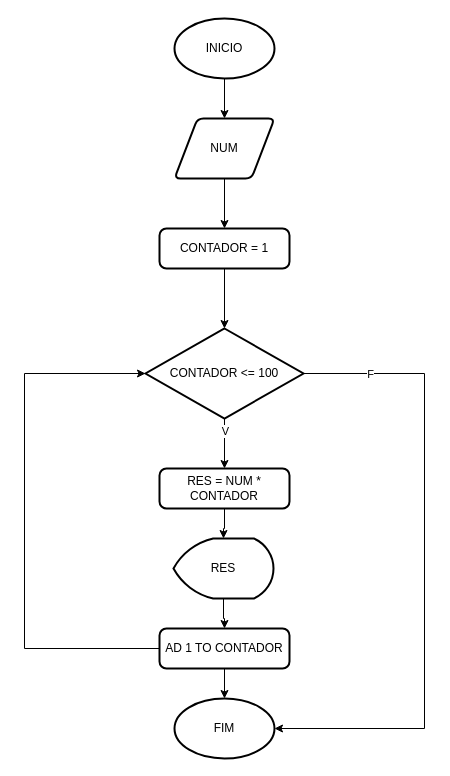
The draw.io diagram page "1-100" (1 of 3) of Fluxo_Semana3_01 1-100.drawio in thailopesds/fluxogramas, before the edit. Source tidied: cells renumbered, new cells numbered last; positions are measured from the earlier drawing's top-left corner, leaving out a move shared by most shapes. Both pictures are drawn from the tidied source at 100%, with x=0, y=0 at pixel (24, 18).
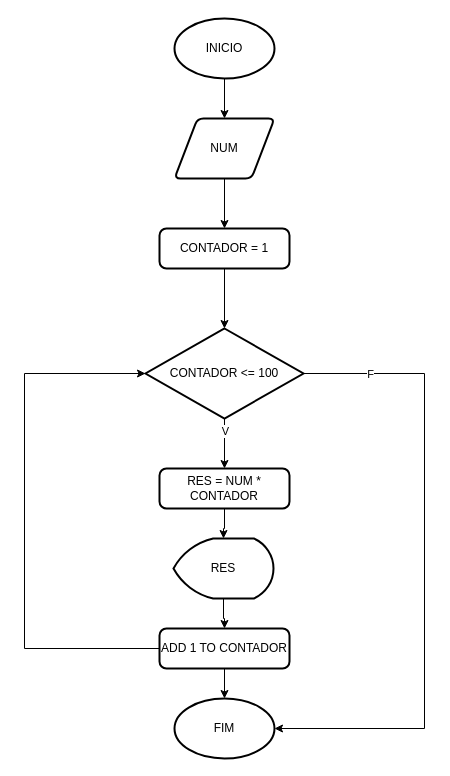
Above is the later version.

The edit, as a diff of the source:
```diff
@@
-    <mxCell id="19" value="AD 1 TO CONTADOR" style="rounded=1;whiteSpace=wrap;html=1;absoluteArcSize=1;arcSize=14;strokeWidth=2;" parent="1" vertex="1">
+    <mxCell id="19" value="ADD 1 TO CONTADOR" style="rounded=1;whiteSpace=wrap;html=1;absoluteArcSize=1;arcSize=14;strokeWidth=2;" parent="1" vertex="1">
       <mxGeometry x="135" y="610" width="130" height="40" as="geometry" />
     </mxCell>
```
